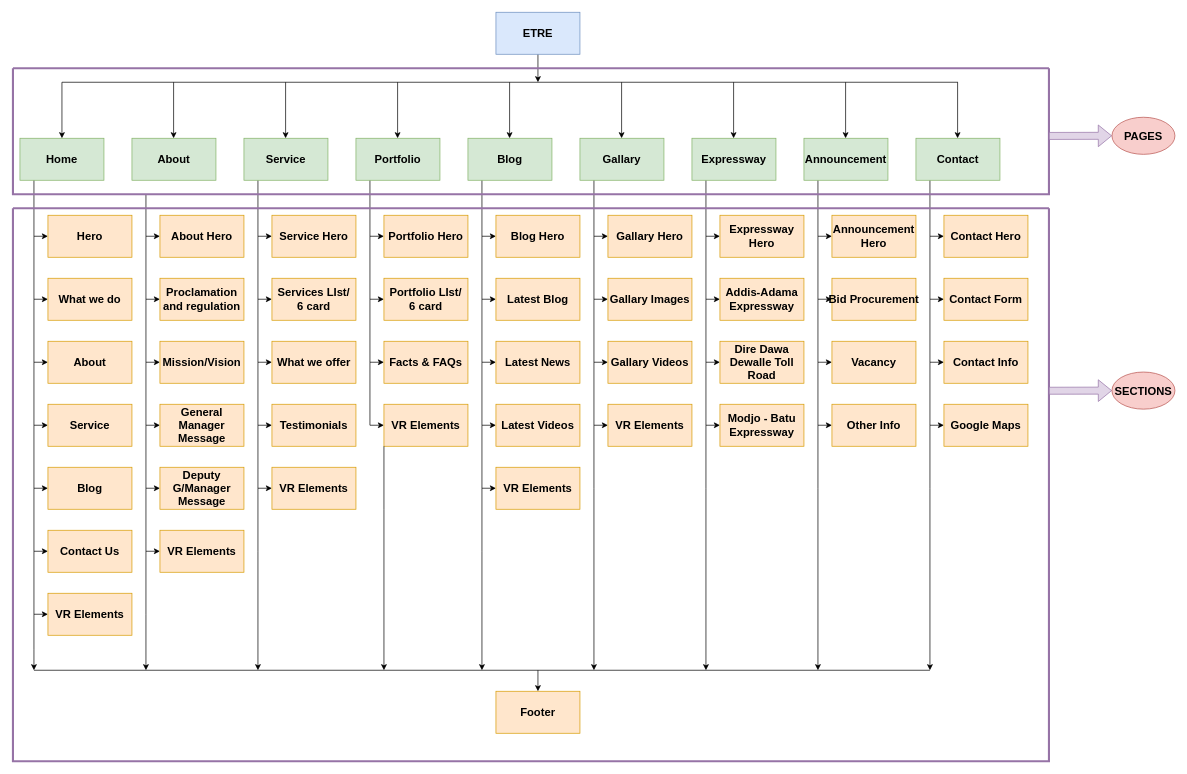
The draw.io diagram ETRE Website Prototype.drawio in fasil712/UML_Diagram_Design, before the edit. Source tidied: cells renumbered, new cells numbered last; positions are measured from the earlier drawing's top-left corner, leaving out a move shared by most shapes. Both pictures are drawn from the tidied source at 70%, with x=0, y=0 at pixel (13, 12).
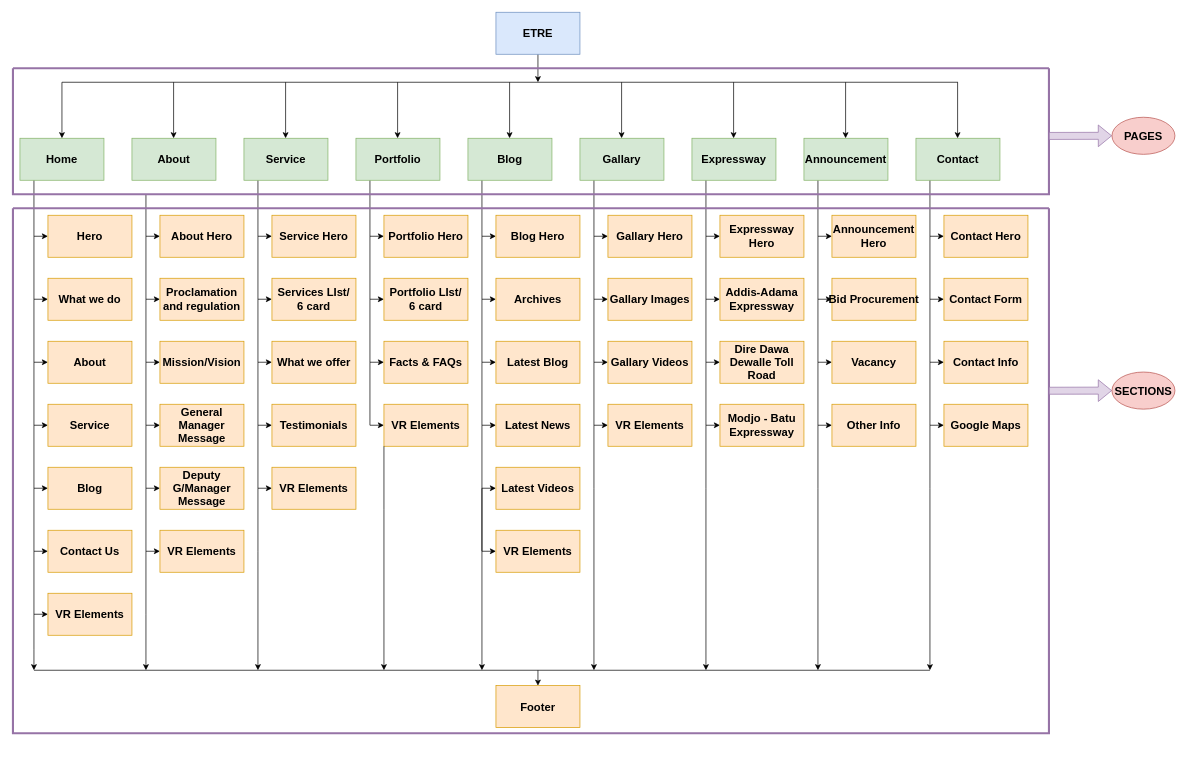
Above is the later version.

What changed in the source:
```diff
@@
-    <mxCell id="78" value="Latest Blog" style="rounded=0;whiteSpace=wrap;html=1;fillColor=#ffe6cc;strokeColor=#d79b00;fontStyle=1;fontSize=16;" parent="1" vertex="1">
+    <mxCell id="78" value="Archives" style="rounded=0;whiteSpace=wrap;html=1;fillColor=#ffe6cc;strokeColor=#d79b00;fontStyle=1;fontSize=16;" parent="1" vertex="1">
       <mxGeometry x="690" y="380" width="120" height="60" as="geometry" />
     </mxCell>
@@
-    <mxCell id="80" value="Latest News" style="rounded=0;whiteSpace=wrap;html=1;fillColor=#ffe6cc;strokeColor=#d79b00;fontStyle=1;fontSize=16;" parent="1" vertex="1">
+    <mxCell id="80" value="Latest Blog" style="rounded=0;whiteSpace=wrap;html=1;fillColor=#ffe6cc;strokeColor=#d79b00;fontStyle=1;fontSize=16;" parent="1" vertex="1">
       <mxGeometry x="690" y="470" width="120" height="60" as="geometry" />
     </mxCell>
@@
-    <mxCell id="82" value="Latest Videos" style="rounded=0;whiteSpace=wrap;html=1;fillColor=#ffe6cc;strokeColor=#d79b00;fontStyle=1;fontSize=16;" parent="1" vertex="1">
+    <mxCell id="82" value="Latest News" style="rounded=0;whiteSpace=wrap;html=1;fillColor=#ffe6cc;strokeColor=#d79b00;fontStyle=1;fontSize=16;" parent="1" vertex="1">
       <mxGeometry x="690" y="560" width="120" height="60" as="geometry" />
     </mxCell>
@@
-    <mxCell id="84" value="VR Elements" style="rounded=0;whiteSpace=wrap;html=1;fillColor=#ffe6cc;strokeColor=#d79b00;fontStyle=1;fontSize=16;" parent="1" vertex="1">
+    <mxCell id="84" value="Latest Videos" style="rounded=0;whiteSpace=wrap;html=1;fillColor=#ffe6cc;strokeColor=#d79b00;fontStyle=1;fontSize=16;" parent="1" vertex="1">
       <mxGeometry x="690" y="650" width="120" height="60" as="geometry" />
     </mxCell>
@@
     <mxCell id="109" value="Footer" style="rounded=0;whiteSpace=wrap;html=1;fillColor=#ffe6cc;strokeColor=#d79b00;fontStyle=1;fontSize=16;" parent="1" vertex="1">
-      <mxGeometry x="690" y="970" width="120" height="60" as="geometry" />
+      <mxGeometry x="690" y="962" width="120" height="60" as="geometry" />
     </mxCell>
@@
     <mxCell id="122" style="swimlane;startSize=0;fillColor=#e1d5e7;strokeColor=#9673a6;strokeWidth=3;fontStyle=1;fontSize=16;" parent="1" vertex="1">
-      <mxGeometry y="280" width="1480" height="790" as="geometry" />
+      <mxGeometry y="280" width="1480" height="750" as="geometry" />
     </mxCell>
+    <mxCell id="127" style="edgeStyle=orthogonalEdgeStyle;rounded=0;jettySize=auto;html=1;entryX=0;entryY=0.5;entryDx=0;entryDy=0;fontStyle=1;fontSize=16;" parent="122" edge="1" target="128">
+      <mxGeometry relative="1" as="geometry">
+        <mxPoint x="670" y="400" as="sourcePoint" />
+        <Array as="points">
+          <mxPoint x="670" y="490" />
+        </Array>
+      </mxGeometry>
+    </mxCell>
+    <mxCell id="128" value="VR Elements" style="rounded=0;whiteSpace=wrap;html=1;fillColor=#ffe6cc;strokeColor=#d79b00;fontStyle=1;fontSize=16;" parent="122" vertex="1">
+      <mxGeometry x="690" y="460" width="120" height="60" as="geometry" />
+    </mxCell>
```
